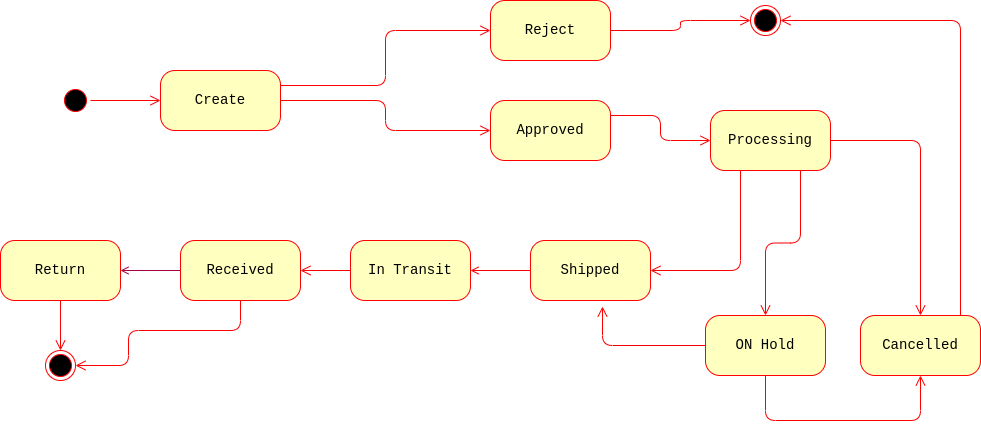
Bluedream007/kafka-storefront-demo1 keeps this draw.io diagram as doc/my-draw-io/Store-Demo-StatusDiagram-1.png. Above is the earlier version. Source tidied: cells renumbered, new cells last; positions are measured from the earlier drawing's top-left corner, leaving out a move shared by most shapes.
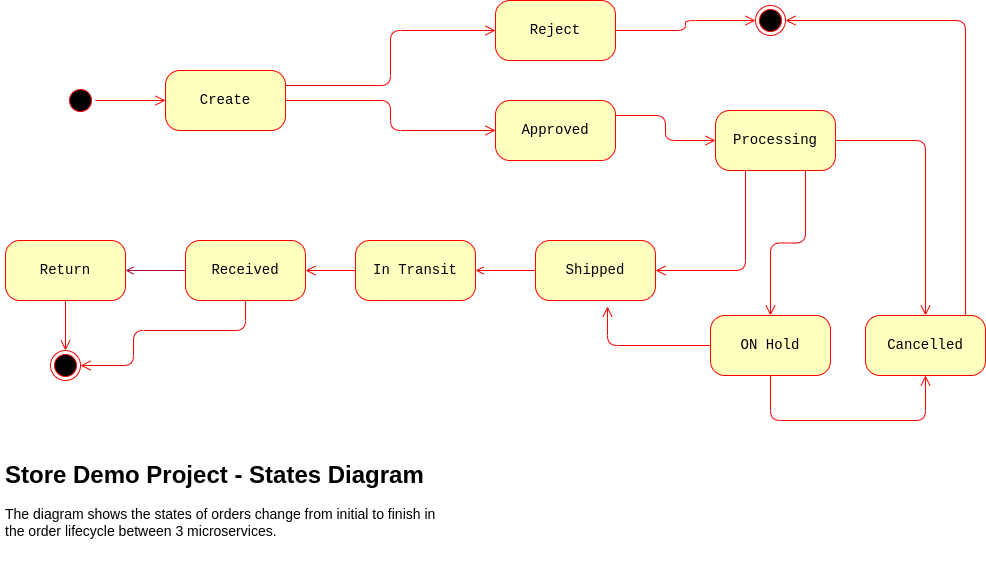
The same file after the commit.

Diff of the diagram source:
```diff
@@ -1,4 +1,4 @@
-<mxGraphModel>
+<mxGraphModel background="#FFFFFF">
   <root>
     <mxCell id="0" />
     <mxCell id="1" parent="0" />
@@ -104,5 +104,8 @@
         </Array>
       </mxGeometry>
     </mxCell>
+    <mxCell id="31" value="&lt;h1&gt;Store Demo Project - States Diagram&lt;/h1&gt;&lt;p&gt;&lt;font style=&quot;font-size: 14px;&quot;&gt;The diagram shows the states of orders change from initial to finish in the order lifecycle between 3 microservices.&lt;/font&gt;&lt;/p&gt;" style="text;html=1;strokeColor=none;fillColor=none;spacing=5;spacingTop=-20;whiteSpace=wrap;overflow=hidden;rounded=0;" parent="1" vertex="1">
+      <mxGeometry x="-5" y="455" width="450" height="120" as="geometry" />
+    </mxCell>
   </root>
 </mxGraphModel>
```
